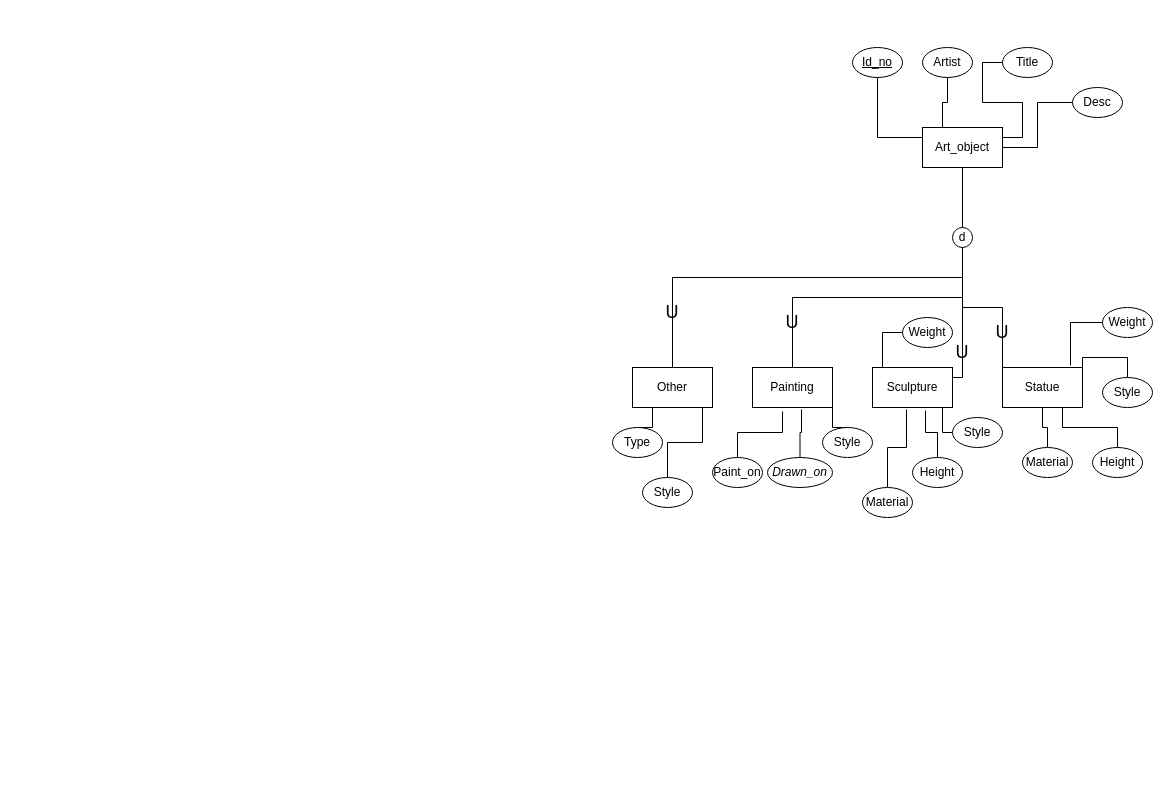
Earlier version of the draw.io diagram ER_MODEL_2.drawio (nballard/601). Source tidied: cells renumbered, new cells numbered last; positions are measured from the earlier drawing's top-left corner, leaving out a move shared by most shapes. Both pictures are drawn from the tidied source at 100%, with x=0, y=0 at pixel (612, 47).
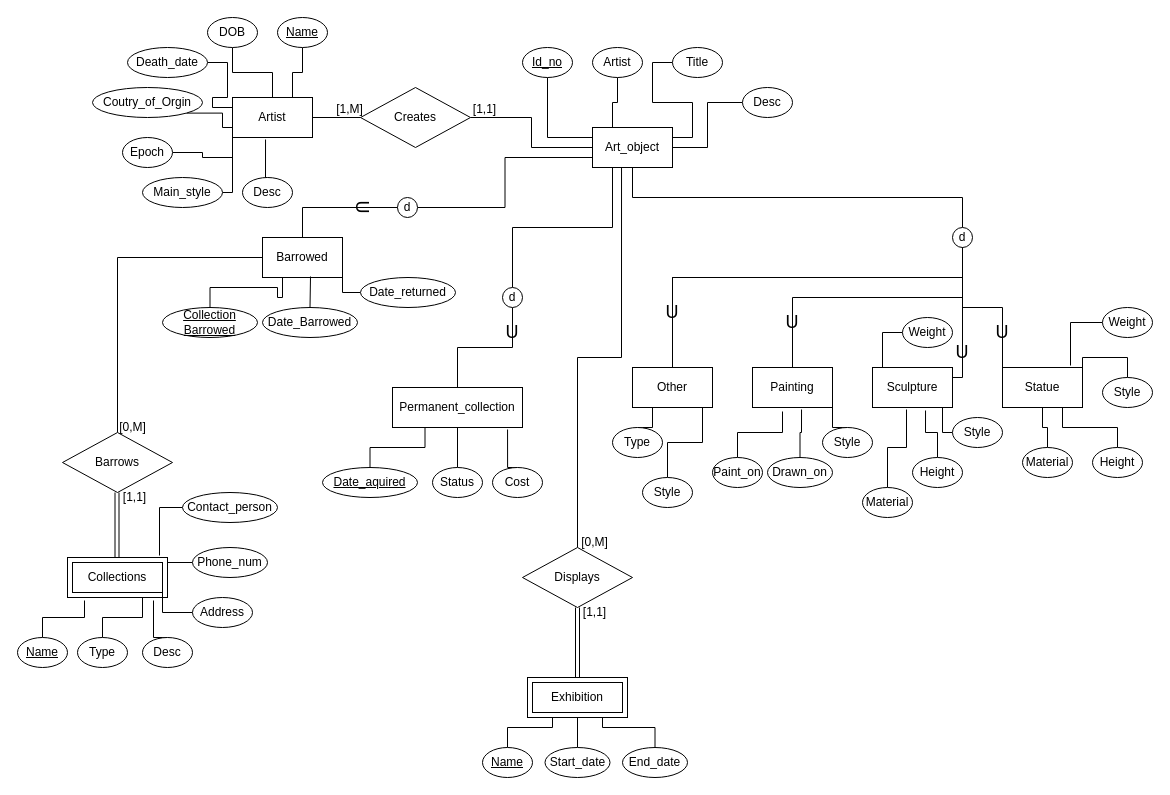
After the change.

What changed in the source:
```diff
@@
     <mxCell id="3" value="Art_object" style="rounded=0;whiteSpace=wrap;html=1;" parent="1" vertex="1">
-      <mxGeometry x="310" y="80" width="80" height="40" as="geometry" />
+      <mxGeometry x="-20" y="80" width="80" height="40" as="geometry" />
     </mxCell>
@@
     <mxCell id="5" value="&lt;u&gt;Id_no&lt;/u&gt;" style="ellipse;whiteSpace=wrap;html=1;" parent="1" vertex="1">
-      <mxGeometry x="240" width="50" height="30" as="geometry" />
+      <mxGeometry x="-90" width="50" height="30" as="geometry" />
     </mxCell>
@@
     <mxCell id="7" value="Artist" style="ellipse;whiteSpace=wrap;html=1;" parent="1" vertex="1">
-      <mxGeometry x="310" width="50" height="30" as="geometry" />
+      <mxGeometry x="-20" width="50" height="30" as="geometry" />
     </mxCell>
@@
     <mxCell id="9" value="Title" style="ellipse;whiteSpace=wrap;html=1;" parent="1" vertex="1">
-      <mxGeometry x="390" width="50" height="30" as="geometry" />
+      <mxGeometry x="60" width="50" height="30" as="geometry" />
     </mxCell>
@@
     <mxCell id="11" value="Desc" style="ellipse;whiteSpace=wrap;html=1;" parent="1" vertex="1">
-      <mxGeometry x="460" y="40" width="50" height="30" as="geometry" />
+      <mxGeometry x="130" y="40" width="50" height="30" as="geometry" />
     </mxCell>
@@
-    <mxCell id="19" value="&lt;i&gt;Drawn_on&lt;/i&gt;" style="ellipse;whiteSpace=wrap;html=1;" parent="1" vertex="1">
+    <mxCell id="19" value="Drawn_on" style="ellipse;whiteSpace=wrap;html=1;" parent="1" vertex="1">
       <mxGeometry x="155" y="410" width="65" height="30" as="geometry" />
     </mxCell>
@@
+    <mxCell id="52" value="Permanent_collection" style="rounded=0;whiteSpace=wrap;html=1;" parent="1" vertex="1">
+      <mxGeometry x="-220" y="340" width="130" height="40" as="geometry" />
+    </mxCell>
+    <mxCell id="53" style="edgeStyle=orthogonalEdgeStyle;rounded=0;jettySize=auto;html=1;exitX=0.5;exitY=0;exitDx=0;exitDy=0;entryX=0.25;entryY=1;entryDx=0;entryDy=0;endArrow=none;endFill=0;" parent="1" edge="1" source="55" target="3">
+      <mxGeometry relative="1" as="geometry" />
+    </mxCell>
+    <mxCell id="54" style="edgeStyle=orthogonalEdgeStyle;rounded=0;jettySize=auto;html=1;exitX=0.5;exitY=1;exitDx=0;exitDy=0;endArrow=none;endFill=0;" parent="1" edge="1" source="55" target="52">
+      <mxGeometry relative="1" as="geometry" />
+    </mxCell>
+    <mxCell id="55" value="d" style="ellipse;whiteSpace=wrap;html=1;" parent="1" vertex="1">
+      <mxGeometry x="-110" y="240" width="20" height="20" as="geometry" />
+    </mxCell>
+    <mxCell id="56" value="&lt;font style=&quot;font-size: 18px&quot;&gt;U&lt;/font&gt;" style="text;html=1;strokeColor=none;fillColor=none;align=center;verticalAlign=middle;whiteSpace=wrap;rounded=0;" parent="1" vertex="1">
+      <mxGeometry x="-130" y="270" width="60" height="30" as="geometry" />
+    </mxCell>
+    <mxCell id="57" style="edgeStyle=orthogonalEdgeStyle;rounded=0;jettySize=auto;html=1;exitX=0.5;exitY=0;exitDx=0;exitDy=0;entryX=0.25;entryY=1;entryDx=0;entryDy=0;endArrow=none;endFill=0;" parent="1" edge="1" source="58" target="52">
+      <mxGeometry relative="1" as="geometry" />
+    </mxCell>
+    <mxCell id="58" value="&lt;u&gt;Date_aquired&lt;/u&gt;" style="ellipse;whiteSpace=wrap;html=1;" parent="1" vertex="1">
+      <mxGeometry x="-290" y="420" width="95" height="30" as="geometry" />
+    </mxCell>
+    <mxCell id="59" style="edgeStyle=orthogonalEdgeStyle;rounded=0;jettySize=auto;html=1;exitX=0.5;exitY=0;exitDx=0;exitDy=0;entryX=0.5;entryY=1;entryDx=0;entryDy=0;endArrow=none;endFill=0;" parent="1" edge="1" source="60" target="52">
+      <mxGeometry relative="1" as="geometry" />
+    </mxCell>
+    <mxCell id="60" value="Status" style="ellipse;whiteSpace=wrap;html=1;" parent="1" vertex="1">
+      <mxGeometry x="-180" y="420" width="50" height="30" as="geometry" />
+    </mxCell>
+    <mxCell id="61" style="edgeStyle=orthogonalEdgeStyle;rounded=0;jettySize=auto;html=1;exitX=0.5;exitY=0;exitDx=0;exitDy=0;entryX=0.885;entryY=1.05;entryDx=0;entryDy=0;entryPerimeter=0;endArrow=none;endFill=0;" parent="1" edge="1" source="62" target="52">
+      <mxGeometry relative="1" as="geometry" />
+    </mxCell>
+    <mxCell id="62" value="Cost" style="ellipse;whiteSpace=wrap;html=1;" parent="1" vertex="1">
+      <mxGeometry x="-120" y="420" width="50" height="30" as="geometry" />
+    </mxCell>
+    <mxCell id="63" value="Barrowed" style="rounded=0;whiteSpace=wrap;html=1;" parent="1" vertex="1">
+      <mxGeometry x="-350" y="190" width="80" height="40" as="geometry" />
+    </mxCell>
+    <mxCell id="64" style="edgeStyle=orthogonalEdgeStyle;rounded=0;jettySize=auto;html=1;exitX=1;exitY=0.5;exitDx=0;exitDy=0;entryX=0;entryY=0.75;entryDx=0;entryDy=0;endArrow=none;endFill=0;" parent="1" edge="1" source="65" target="3">
+      <mxGeometry relative="1" as="geometry" />
+    </mxCell>
+    <mxCell id="65" value="d" style="ellipse;whiteSpace=wrap;html=1;" parent="1" vertex="1">
+      <mxGeometry x="-215" y="150" width="20" height="20" as="geometry" />
+    </mxCell>
+    <mxCell id="66" value="&lt;font style=&quot;font-size: 18px&quot;&gt;U&lt;/font&gt;" style="text;html=1;strokeColor=none;fillColor=none;align=center;verticalAlign=middle;whiteSpace=wrap;rounded=0;rotation=90;" parent="1" vertex="1">
+      <mxGeometry x="-280" y="145" width="60" height="30" as="geometry" />
+    </mxCell>
+    <mxCell id="67" style="edgeStyle=orthogonalEdgeStyle;rounded=0;jettySize=auto;html=1;exitX=0;exitY=0.5;exitDx=0;exitDy=0;entryX=0.5;entryY=0;entryDx=0;entryDy=0;endArrow=none;endFill=0;" parent="1" edge="1" source="65" target="63">
+      <mxGeometry relative="1" as="geometry" />
+    </mxCell>
+    <mxCell id="68" style="edgeStyle=orthogonalEdgeStyle;rounded=0;jettySize=auto;html=1;exitX=0.5;exitY=0;exitDx=0;exitDy=0;entryX=0.25;entryY=1;entryDx=0;entryDy=0;endArrow=none;endFill=0;" parent="1" edge="1" source="69" target="63">
+      <mxGeometry relative="1" as="geometry" />
+    </mxCell>
+    <mxCell id="69" value="&lt;u&gt;Collection Barrowed&lt;/u&gt;" style="ellipse;whiteSpace=wrap;html=1;" parent="1" vertex="1">
+      <mxGeometry x="-450" y="260" width="95" height="30" as="geometry" />
+    </mxCell>
+    <mxCell id="70" style="edgeStyle=orthogonalEdgeStyle;rounded=0;jettySize=auto;html=1;exitX=0.5;exitY=0;exitDx=0;exitDy=0;entryX=0.6;entryY=0.975;entryDx=0;entryDy=0;entryPerimeter=0;endArrow=none;endFill=0;" parent="1" edge="1" source="71" target="63">
+      <mxGeometry relative="1" as="geometry" />
+    </mxCell>
+    <mxCell id="71" value="Date_Barrowed" style="ellipse;whiteSpace=wrap;html=1;" parent="1" vertex="1">
+      <mxGeometry x="-350" y="260" width="95" height="30" as="geometry" />
+    </mxCell>
+    <mxCell id="72" style="edgeStyle=orthogonalEdgeStyle;rounded=0;jettySize=auto;html=1;exitX=0;exitY=0.5;exitDx=0;exitDy=0;entryX=1;entryY=0.5;entryDx=0;entryDy=0;endArrow=none;endFill=0;" parent="1" edge="1" source="73" target="63">
+      <mxGeometry relative="1" as="geometry" />
+    </mxCell>
+    <mxCell id="73" value="Date_returned" style="ellipse;whiteSpace=wrap;html=1;" parent="1" vertex="1">
+      <mxGeometry x="-252" y="230" width="95" height="30" as="geometry" />
+    </mxCell>
+    <mxCell id="74" style="edgeStyle=orthogonalEdgeStyle;rounded=0;jettySize=auto;html=1;exitX=1;exitY=0.5;exitDx=0;exitDy=0;entryX=0;entryY=0.5;entryDx=0;entryDy=0;endArrow=none;endFill=0;" parent="1" edge="1" source="75" target="3">
+      <mxGeometry relative="1" as="geometry" />
+    </mxCell>
+    <mxCell id="75" value="Creates" style="rhombus;whiteSpace=wrap;html=1;" parent="1" vertex="1">
+      <mxGeometry x="-252" y="40" width="110" height="60" as="geometry" />
+    </mxCell>
+    <mxCell id="76" style="edgeStyle=orthogonalEdgeStyle;rounded=0;jettySize=auto;html=1;exitX=1;exitY=0.5;exitDx=0;exitDy=0;entryX=0;entryY=0.5;entryDx=0;entryDy=0;endArrow=none;endFill=0;" parent="1" edge="1" source="77" target="75">
+      <mxGeometry relative="1" as="geometry" />
+    </mxCell>
+    <mxCell id="77" value="Artist" style="rounded=0;whiteSpace=wrap;html=1;" parent="1" vertex="1">
+      <mxGeometry x="-380" y="50" width="80" height="40" as="geometry" />
+    </mxCell>
+    <mxCell id="78" style="edgeStyle=orthogonalEdgeStyle;rounded=0;jettySize=auto;html=1;exitX=0.5;exitY=1;exitDx=0;exitDy=0;entryX=0.75;entryY=0;entryDx=0;entryDy=0;endArrow=none;endFill=0;" parent="1" edge="1" source="79" target="77">
+      <mxGeometry relative="1" as="geometry" />
+    </mxCell>
+    <mxCell id="79" value="&lt;u&gt;Name&lt;/u&gt;" style="ellipse;whiteSpace=wrap;html=1;" parent="1" vertex="1">
+      <mxGeometry x="-335" y="-30" width="50" height="30" as="geometry" />
+    </mxCell>
+    <mxCell id="80" style="edgeStyle=orthogonalEdgeStyle;rounded=0;jettySize=auto;html=1;exitX=0.5;exitY=1;exitDx=0;exitDy=0;entryX=0.5;entryY=0;entryDx=0;entryDy=0;endArrow=none;endFill=0;" parent="1" edge="1" source="81" target="77">
+      <mxGeometry relative="1" as="geometry" />
+    </mxCell>
+    <mxCell id="81" value="DOB" style="ellipse;whiteSpace=wrap;html=1;" parent="1" vertex="1">
+      <mxGeometry x="-405" y="-30" width="50" height="30" as="geometry" />
+    </mxCell>
+    <mxCell id="82" style="edgeStyle=orthogonalEdgeStyle;rounded=0;jettySize=auto;html=1;exitX=1;exitY=0.5;exitDx=0;exitDy=0;entryX=0;entryY=0.25;entryDx=0;entryDy=0;endArrow=none;endFill=0;" parent="1" edge="1" source="83" target="77">
+      <mxGeometry relative="1" as="geometry" />
+    </mxCell>
+    <mxCell id="83" value="Death_date" style="ellipse;whiteSpace=wrap;html=1;" parent="1" vertex="1">
+      <mxGeometry x="-485" width="80" height="30" as="geometry" />
+    </mxCell>
+    <mxCell id="84" style="edgeStyle=orthogonalEdgeStyle;rounded=0;jettySize=auto;html=1;exitX=1;exitY=1;exitDx=0;exitDy=0;entryX=0;entryY=0.75;entryDx=0;entryDy=0;endArrow=none;endFill=0;" parent="1" edge="1" source="85" target="77">
+      <mxGeometry relative="1" as="geometry" />
+    </mxCell>
+    <mxCell id="85" value="Coutry_of_Orgin" style="ellipse;whiteSpace=wrap;html=1;" parent="1" vertex="1">
+      <mxGeometry x="-520" y="40" width="110" height="30" as="geometry" />
+    </mxCell>
+    <mxCell id="86" style="edgeStyle=orthogonalEdgeStyle;rounded=0;jettySize=auto;html=1;exitX=1;exitY=0.5;exitDx=0;exitDy=0;entryX=0;entryY=1;entryDx=0;entryDy=0;endArrow=none;endFill=0;" parent="1" edge="1" source="87" target="77">
+      <mxGeometry relative="1" as="geometry" />
+    </mxCell>
+    <mxCell id="87" value="Epoch" style="ellipse;whiteSpace=wrap;html=1;" parent="1" vertex="1">
+      <mxGeometry x="-490" y="90" width="50" height="30" as="geometry" />
+    </mxCell>
+    <mxCell id="88" style="edgeStyle=orthogonalEdgeStyle;rounded=0;jettySize=auto;html=1;exitX=1;exitY=0.5;exitDx=0;exitDy=0;endArrow=none;endFill=0;" parent="1" edge="1" source="89">
+      <mxGeometry relative="1" as="geometry">
+        <mxPoint x="-370" y="90" as="targetPoint" />
+        <Array as="points">
+          <mxPoint x="-380" y="145" />
+          <mxPoint x="-380" y="90" />
+        </Array>
+      </mxGeometry>
+    </mxCell>
+    <mxCell id="89" value="Main_style" style="ellipse;whiteSpace=wrap;html=1;" parent="1" vertex="1">
+      <mxGeometry x="-470" y="130" width="80" height="30" as="geometry" />
+    </mxCell>
+    <mxCell id="90" style="edgeStyle=orthogonalEdgeStyle;rounded=0;jettySize=auto;html=1;exitX=0.5;exitY=0;exitDx=0;exitDy=0;entryX=0.413;entryY=1.05;entryDx=0;entryDy=0;entryPerimeter=0;endArrow=none;endFill=0;" parent="1" edge="1" source="91" target="77">
+      <mxGeometry relative="1" as="geometry" />
+    </mxCell>
+    <mxCell id="91" value="Desc" style="ellipse;whiteSpace=wrap;html=1;" parent="1" vertex="1">
+      <mxGeometry x="-370" y="130" width="50" height="30" as="geometry" />
+    </mxCell>
+    <mxCell id="92" style="edgeStyle=orthogonalEdgeStyle;rounded=0;jettySize=auto;html=1;exitX=0.5;exitY=0;exitDx=0;exitDy=0;entryX=0.363;entryY=1;entryDx=0;entryDy=0;entryPerimeter=0;endArrow=none;endFill=0;" parent="1" edge="1" source="93" target="3">
+      <mxGeometry relative="1" as="geometry" />
+    </mxCell>
+    <mxCell id="93" value="Displays" style="rhombus;whiteSpace=wrap;html=1;" parent="1" vertex="1">
+      <mxGeometry x="-90" y="500" width="110" height="60" as="geometry" />
+    </mxCell>
+    <mxCell id="94" style="shape=link;html=1;rounded=0;endArrow=none;endFill=0;exitX=0.5;exitY=1;exitDx=0;exitDy=0;" parent="1" edge="1" source="93">
+      <mxGeometry relative="1" as="geometry">
+        <mxPoint x="-35" y="630" as="targetPoint" />
+      </mxGeometry>
+    </mxCell>
+    <mxCell id="95" value="Exhibition" style="shape=ext;margin=3;double=1;whiteSpace=wrap;html=1;align=center;" parent="1" vertex="1">
+      <mxGeometry x="-85" y="630" width="100" height="40" as="geometry" />
+    </mxCell>
+    <mxCell id="96" style="edgeStyle=orthogonalEdgeStyle;rounded=0;jettySize=auto;html=1;exitX=0.5;exitY=0;exitDx=0;exitDy=0;entryX=0.25;entryY=1;entryDx=0;entryDy=0;endArrow=none;endFill=0;" parent="1" edge="1" source="97" target="95">
+      <mxGeometry relative="1" as="geometry" />
+    </mxCell>
+    <mxCell id="97" value="&lt;u&gt;Name&lt;/u&gt;" style="ellipse;whiteSpace=wrap;html=1;" parent="1" vertex="1">
+      <mxGeometry x="-130" y="700" width="50" height="30" as="geometry" />
+    </mxCell>
+    <mxCell id="98" style="edgeStyle=orthogonalEdgeStyle;rounded=0;jettySize=auto;html=1;exitX=0.5;exitY=0;exitDx=0;exitDy=0;entryX=0.5;entryY=1;entryDx=0;entryDy=0;endArrow=none;endFill=0;" parent="1" edge="1" source="99" target="95">
+      <mxGeometry relative="1" as="geometry" />
+    </mxCell>
+    <mxCell id="99" value="Start_date" style="ellipse;whiteSpace=wrap;html=1;" parent="1" vertex="1">
+      <mxGeometry x="-67.5" y="700" width="65" height="30" as="geometry" />
+    </mxCell>
+    <mxCell id="100" style="edgeStyle=orthogonalEdgeStyle;rounded=0;jettySize=auto;html=1;exitX=0.5;exitY=0;exitDx=0;exitDy=0;entryX=0.75;entryY=1;entryDx=0;entryDy=0;endArrow=none;endFill=0;" parent="1" edge="1" source="101" target="95">
+      <mxGeometry relative="1" as="geometry" />
+    </mxCell>
+    <mxCell id="101" value="End_date" style="ellipse;whiteSpace=wrap;html=1;" parent="1" vertex="1">
+      <mxGeometry x="10" y="700" width="65" height="30" as="geometry" />
+    </mxCell>
+    <mxCell id="102" style="edgeStyle=orthogonalEdgeStyle;rounded=0;jettySize=auto;html=1;exitX=0.5;exitY=0;exitDx=0;exitDy=0;entryX=0;entryY=0.5;entryDx=0;entryDy=0;endArrow=none;endFill=0;" parent="1" edge="1" source="103" target="63">
+      <mxGeometry relative="1" as="geometry" />
+    </mxCell>
+    <mxCell id="103" value="Barrows" style="rhombus;whiteSpace=wrap;html=1;" parent="1" vertex="1">
+      <mxGeometry x="-550" y="385" width="110" height="60" as="geometry" />
+    </mxCell>
+    <mxCell id="104" style="shape=link;html=1;rounded=0;endArrow=none;endFill=0;exitX=0.5;exitY=1;exitDx=0;exitDy=0;" parent="1" edge="1">
+      <mxGeometry relative="1" as="geometry">
+        <mxPoint x="-495.5" y="445" as="sourcePoint" />
+        <mxPoint x="-495.5" y="515" as="targetPoint" />
+      </mxGeometry>
+    </mxCell>
+    <mxCell id="105" value="Collections" style="shape=ext;margin=3;double=1;whiteSpace=wrap;html=1;align=center;" parent="1" vertex="1">
+      <mxGeometry x="-545" y="510" width="100" height="40" as="geometry" />
+    </mxCell>
+    <mxCell id="106" style="edgeStyle=orthogonalEdgeStyle;rounded=0;jettySize=auto;html=1;exitX=0.5;exitY=0;exitDx=0;exitDy=0;entryX=0.17;entryY=1.075;entryDx=0;entryDy=0;entryPerimeter=0;endArrow=none;endFill=0;" parent="1" edge="1" source="107" target="105">
+      <mxGeometry relative="1" as="geometry" />
+    </mxCell>
+    <mxCell id="107" value="&lt;u&gt;Name&lt;/u&gt;" style="ellipse;whiteSpace=wrap;html=1;" parent="1" vertex="1">
+      <mxGeometry x="-595" y="590" width="50" height="30" as="geometry" />
+    </mxCell>
+    <mxCell id="108" style="edgeStyle=orthogonalEdgeStyle;rounded=0;jettySize=auto;html=1;exitX=0.5;exitY=0;exitDx=0;exitDy=0;entryX=0.75;entryY=1;entryDx=0;entryDy=0;endArrow=none;endFill=0;" parent="1" edge="1" source="109" target="105">
+      <mxGeometry relative="1" as="geometry" />
+    </mxCell>
+    <mxCell id="109" value="Type" style="ellipse;whiteSpace=wrap;html=1;" parent="1" vertex="1">
+      <mxGeometry x="-535" y="590" width="50" height="30" as="geometry" />
+    </mxCell>
+    <mxCell id="110" style="edgeStyle=orthogonalEdgeStyle;rounded=0;jettySize=auto;html=1;exitX=0.5;exitY=0;exitDx=0;exitDy=0;entryX=0.86;entryY=1.075;entryDx=0;entryDy=0;entryPerimeter=0;endArrow=none;endFill=0;" parent="1" edge="1" source="111" target="105">
+      <mxGeometry relative="1" as="geometry" />
+    </mxCell>
+    <mxCell id="111" value="Desc" style="ellipse;whiteSpace=wrap;html=1;" parent="1" vertex="1">
+      <mxGeometry x="-470" y="590" width="50" height="30" as="geometry" />
+    </mxCell>
+    <mxCell id="112" style="edgeStyle=orthogonalEdgeStyle;rounded=0;jettySize=auto;html=1;exitX=0;exitY=0.5;exitDx=0;exitDy=0;endArrow=none;endFill=0;" parent="1" edge="1" source="113">
+      <mxGeometry relative="1" as="geometry">
+        <mxPoint x="-450" y="540" as="targetPoint" />
+      </mxGeometry>
+    </mxCell>
+    <mxCell id="113" value="Address" style="ellipse;whiteSpace=wrap;html=1;" parent="1" vertex="1">
+      <mxGeometry x="-420" y="550" width="60" height="30" as="geometry" />
+    </mxCell>
+    <mxCell id="114" style="edgeStyle=orthogonalEdgeStyle;rounded=0;jettySize=auto;html=1;exitX=0;exitY=0.5;exitDx=0;exitDy=0;entryX=1;entryY=0;entryDx=0;entryDy=0;endArrow=none;endFill=0;" parent="1" edge="1" source="115" target="105">
+      <mxGeometry relative="1" as="geometry" />
+    </mxCell>
+    <mxCell id="115" value="Phone_num" style="ellipse;whiteSpace=wrap;html=1;" parent="1" vertex="1">
+      <mxGeometry x="-420" y="500" width="75" height="30" as="geometry" />
+    </mxCell>
+    <mxCell id="116" style="edgeStyle=orthogonalEdgeStyle;rounded=0;jettySize=auto;html=1;exitX=0;exitY=0.5;exitDx=0;exitDy=0;entryX=0.92;entryY=-0.05;entryDx=0;entryDy=0;entryPerimeter=0;endArrow=none;endFill=0;" parent="1" edge="1" source="117" target="105">
+      <mxGeometry relative="1" as="geometry" />
+    </mxCell>
+    <mxCell id="117" value="Contact_person" style="ellipse;whiteSpace=wrap;html=1;" parent="1" vertex="1">
+      <mxGeometry x="-430" y="445" width="95" height="30" as="geometry" />
+    </mxCell>
+    <mxCell id="118" value="[1,M]" style="text;html=1;strokeColor=none;fillColor=none;align=center;verticalAlign=middle;whiteSpace=wrap;rounded=0;" parent="1" vertex="1">
+      <mxGeometry x="-280" y="57" width="35" height="10" as="geometry" />
+    </mxCell>
+    <mxCell id="119" value="[1,1]" style="text;html=1;strokeColor=none;fillColor=none;align=center;verticalAlign=middle;whiteSpace=wrap;rounded=0;" parent="1" vertex="1">
+      <mxGeometry x="-145" y="57" width="35" height="10" as="geometry" />
+    </mxCell>
+    <mxCell id="120" value="[0,M]" style="text;html=1;strokeColor=none;fillColor=none;align=center;verticalAlign=middle;whiteSpace=wrap;rounded=0;" parent="1" vertex="1">
+      <mxGeometry x="-497" y="375" width="35" height="10" as="geometry" />
+    </mxCell>
+    <mxCell id="121" value="[1,1]" style="text;html=1;strokeColor=none;fillColor=none;align=center;verticalAlign=middle;whiteSpace=wrap;rounded=0;" parent="1" vertex="1">
+      <mxGeometry x="-495" y="445" width="35" height="10" as="geometry" />
+    </mxCell>
+    <mxCell id="122" value="[0,M]" style="text;html=1;strokeColor=none;fillColor=none;align=center;verticalAlign=middle;whiteSpace=wrap;rounded=0;" parent="1" vertex="1">
+      <mxGeometry x="-35" y="490" width="35" height="10" as="geometry" />
+    </mxCell>
+    <mxCell id="123" value="[1,1]" style="text;html=1;strokeColor=none;fillColor=none;align=center;verticalAlign=middle;whiteSpace=wrap;rounded=0;" parent="1" vertex="1">
+      <mxGeometry x="-35" y="560" width="35" height="10" as="geometry" />
+    </mxCell>
```
